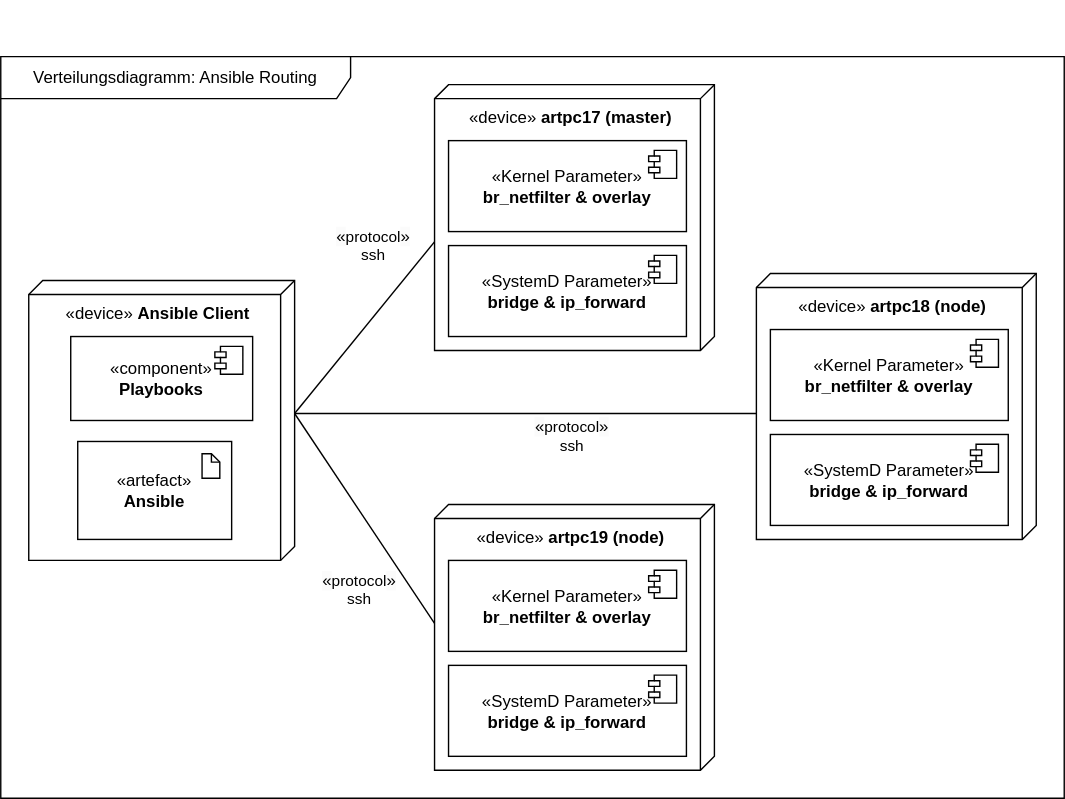
This is uni-bsc/dd-routing-ansible.drawio.svg from pogii123/drawio-charts, a draw.io export, as it was before one commit. Source tidied: cells renumbered, new cells last; positions are measured from the earlier drawing's top-left corner, leaving out a move shared by most shapes.
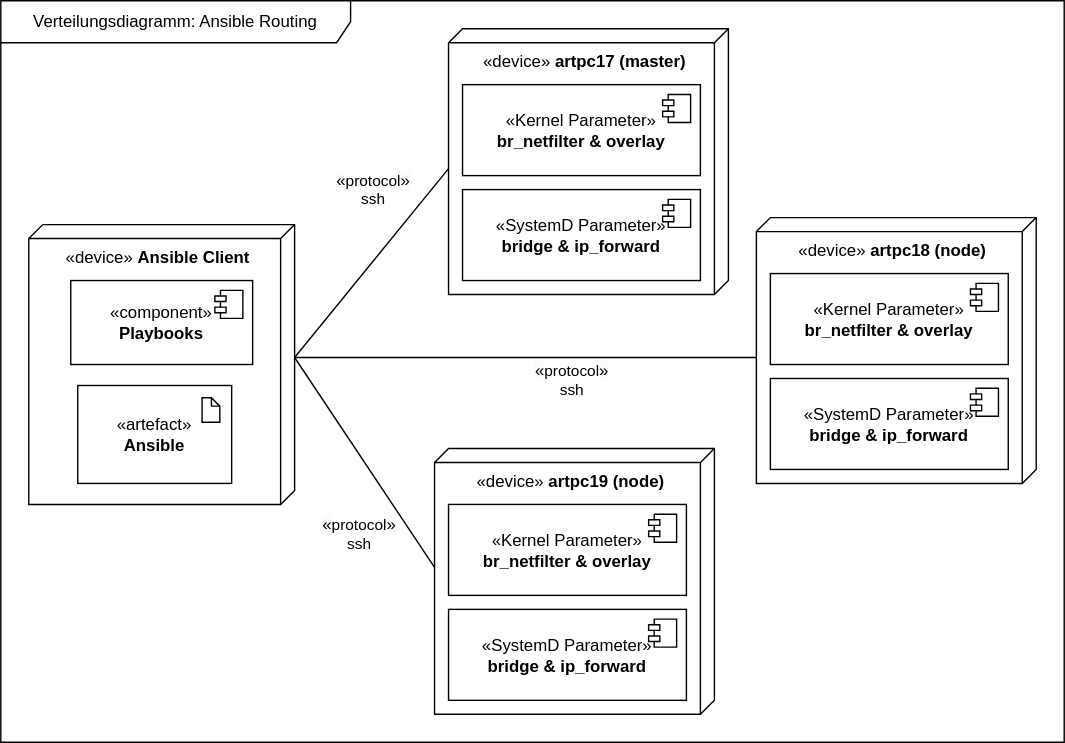
Above is the later version.

Change to the diagram source:
```diff
@@ -13,7 +13,7 @@
     <mxCell id="4" value="&lt;span style=&quot;font-size: 12px; text-wrap: wrap; background-color: rgb(251, 251, 251);&quot;&gt;«&lt;/span&gt;protocol&lt;span style=&quot;font-size: 12px; text-wrap: wrap; background-color: rgb(251, 251, 251);&quot;&gt;»&lt;/span&gt;&lt;br&gt;ssh" style="rounded=0;jettySize=auto;html=1;exitX=0;exitY=0;exitDx=95;exitDy=0;exitPerimeter=0;entryX=0;entryY=0;entryDx=100;entryDy=190;entryPerimeter=0;endArrow=none;endFill=0;" parent="1" edge="1" source="13" target="20">
       <mxGeometry x="0.17" y="-16" relative="1" as="geometry" />
     </mxCell>
-    <mxCell id="5" style="rounded=0;jettySize=auto;html=1;exitX=0;exitY=0;exitDx=95;exitDy=0;exitPerimeter=0;entryX=0;entryY=0;entryDx=100;entryDy=190;entryPerimeter=0;endArrow=none;endFill=0;" parent="1" edge="1" source="13" target="8">
+    <mxCell id="5" style="rounded=0;jettySize=auto;html=1;exitX=0;exitY=0;exitDx=95;exitDy=0;exitPerimeter=0;entryX=0;entryY=0;entryDx=100;entryDy=200;entryPerimeter=0;endArrow=none;endFill=0;" parent="1" edge="1" source="13" target="8">
       <mxGeometry relative="1" as="geometry" />
     </mxCell>
     <mxCell id="6" value="&lt;span style=&quot;font-size: 12px; text-wrap: wrap; background-color: rgb(251, 251, 251);&quot;&gt;«&lt;/span&gt;protocol&lt;span style=&quot;font-size: 12px; text-wrap: wrap; background-color: rgb(251, 251, 251);&quot;&gt;»&lt;/span&gt;&lt;br&gt;ssh" style="edgeLabel;html=1;align=center;verticalAlign=middle;" parent="5" vertex="1">
@@ -21,28 +21,6 @@
         <mxPoint x="-7" y="-44" as="offset" />
       </mxGeometry>
     </mxCell>
-    <mxCell id="7" style="group;" parent="1" vertex="1">
-      <mxGeometry x="360" width="190" height="260" as="geometry" />
-    </mxCell>
-    <mxCell id="8" value="«device»&amp;nbsp;&lt;b&gt;artpc17 (master)&lt;/b&gt;" style="verticalAlign=top;align=center;shape=cube;size=10;direction=south;html=1;boundedLbl=1;spacingLeft=5;whiteSpace=wrap;" parent="7" vertex="1">
-      <mxGeometry x="-50" y="60" width="200" height="190" as="geometry" />
-    </mxCell>
-    <mxCell id="9" value="«SystemD Parameter»&lt;br&gt;&lt;b&gt;bridge &amp;amp; ip_forward&lt;/b&gt;" style="html=1;whiteSpace=wrap;" parent="7" vertex="1">
-      <mxGeometry x="-40" y="175" width="170" height="65" as="geometry" />
-    </mxCell>
-    <mxCell id="10" style="shape=module;jettyWidth=8;jettyHeight=4;" parent="9" vertex="1">
-      <mxGeometry x="1" width="20" height="20" relative="1" as="geometry">
-        <mxPoint x="-27" y="7" as="offset" />
-      </mxGeometry>
-    </mxCell>
-    <mxCell id="11" value="«Kernel Parameter»&lt;br&gt;&lt;b&gt;br_netfilter &amp;amp; overlay&lt;/b&gt;" style="html=1;whiteSpace=wrap;" parent="7" vertex="1">
-      <mxGeometry x="-40" y="100" width="170" height="65" as="geometry" />
-    </mxCell>
-    <mxCell id="12" style="shape=module;jettyWidth=8;jettyHeight=4;" parent="11" vertex="1">
-      <mxGeometry x="1" width="20" height="20" relative="1" as="geometry">
-        <mxPoint x="-27" y="7" as="offset" />
-      </mxGeometry>
-    </mxCell>
     <mxCell id="13" value="«device»&amp;nbsp;&lt;b&gt;Ansible Client&lt;/b&gt;" style="verticalAlign=top;align=center;shape=cube;size=10;direction=south;html=1;boundedLbl=1;spacingLeft=5;whiteSpace=wrap;" parent="1" vertex="1">
       <mxGeometry x="20" y="200" width="190" height="200" as="geometry" />
     </mxCell>
@@ -104,5 +82,24 @@
         <mxPoint x="-27" y="7" as="offset" />
       </mxGeometry>
     </mxCell>
+    <mxCell id="8" value="«device»&amp;nbsp;&lt;b&gt;artpc17 (master)&lt;/b&gt;" style="verticalAlign=top;align=center;shape=cube;size=10;direction=south;html=1;boundedLbl=1;spacingLeft=5;whiteSpace=wrap;" parent="1" vertex="1">
+      <mxGeometry x="320" y="60" width="200" height="190" as="geometry" />
+    </mxCell>
+    <mxCell id="9" value="«SystemD Parameter»&lt;br&gt;&lt;b&gt;bridge &amp;amp; ip_forward&lt;/b&gt;" style="html=1;whiteSpace=wrap;" parent="1" vertex="1">
+      <mxGeometry x="330" y="175" width="170" height="65" as="geometry" />
+    </mxCell>
+    <mxCell id="30" style="shape=module;jettyWidth=8;jettyHeight=4;" parent="9" vertex="1">
+      <mxGeometry x="1" width="20" height="20" relative="1" as="geometry">
+        <mxPoint x="-27" y="7" as="offset" />
+      </mxGeometry>
+    </mxCell>
+    <mxCell id="11" value="«Kernel Parameter»&lt;br&gt;&lt;b&gt;br_netfilter &amp;amp; overlay&lt;/b&gt;" style="html=1;whiteSpace=wrap;" parent="1" vertex="1">
+      <mxGeometry x="330" y="100" width="170" height="65" as="geometry" />
+    </mxCell>
+    <mxCell id="31" style="shape=module;jettyWidth=8;jettyHeight=4;" parent="11" vertex="1">
+      <mxGeometry x="1" width="20" height="20" relative="1" as="geometry">
+        <mxPoint x="-27" y="7" as="offset" />
+      </mxGeometry>
+    </mxCell>
   </root>
 </mxGraphModel>
```
